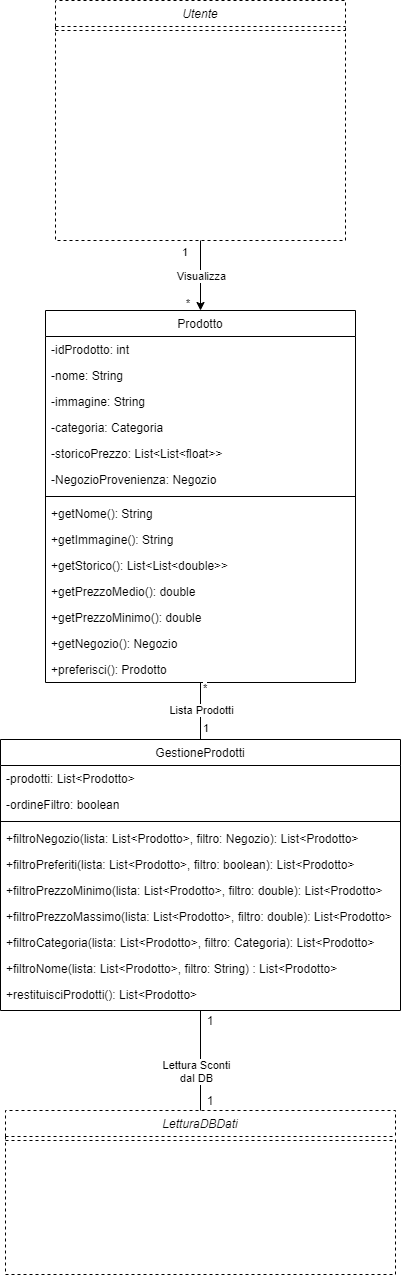
Before: UML/Diagrammi Classi/DiagrammaClassiProdotti.png, a diagram exported from draw.io (G15-UniTN/iSpesa). Source tidied: cells renumbered, new cells last; positions are measured from the earlier drawing's top-left corner, leaving out a move shared by most shapes.
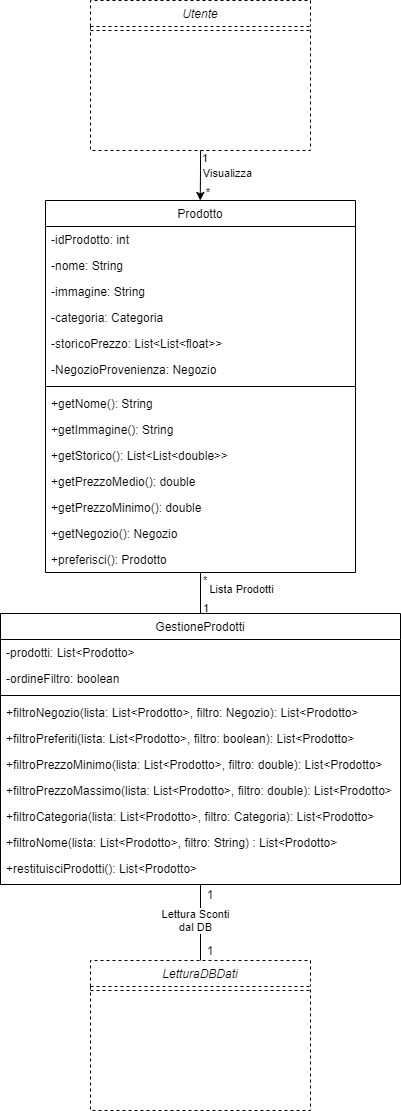
Above is the later version.

What changed in the source:
```diff
@@ -3,26 +3,26 @@
     <mxCell id="0" />
     <mxCell id="1" parent="0" />
     <mxCell id="2" value="Prodotto" style="swimlane;fontStyle=0;align=center;verticalAlign=top;horizontal=1;startSize=26;rounded=0;shadow=0;strokeWidth=1;" parent="1" vertex="1">
-      <mxGeometry x="45" y="310" width="310" height="372" as="geometry" />
+      <mxGeometry x="45" y="350" width="310" height="372" as="geometry" />
     </mxCell>
+    <mxCell id="44" value="-idProdotto: int" style="text;align=left;verticalAlign=top;spacingLeft=4;spacingRight=4;overflow=hidden;" parent="2" vertex="1">
+      <mxGeometry y="26" width="310" height="26" as="geometry" />
+    </mxCell>
-    <mxCell id="3" value="-idProdotto: int" style="text;align=left;verticalAlign=top;spacingLeft=4;spacingRight=4;overflow=hidden;" parent="2" vertex="1">
-      <mxGeometry y="26" width="310" height="26" as="geometry" />
+    <mxCell id="3" value="-nome: String" style="text;align=left;verticalAlign=top;spacingLeft=4;spacingRight=4;overflow=hidden;" parent="2" vertex="1">
+      <mxGeometry y="52" width="310" height="26" as="geometry" />
     </mxCell>
-    <mxCell id="4" value="-nome: String" style="text;align=left;verticalAlign=top;spacingLeft=4;spacingRight=4;overflow=hidden;" parent="2" vertex="1">
-      <mxGeometry y="52" width="310" height="26" as="geometry" />
-    </mxCell>
     <mxCell id="5" value="-immagine: String" style="text;align=left;verticalAlign=top;spacingLeft=4;spacingRight=4;overflow=hidden;" parent="2" vertex="1">
       <mxGeometry y="78" width="310" height="26" as="geometry" />
     </mxCell>
     <mxCell id="6" value="-categoria: Categoria" style="text;align=left;verticalAlign=top;spacingLeft=4;spacingRight=4;overflow=hidden;" parent="2" vertex="1">
       <mxGeometry y="104" width="310" height="26" as="geometry" />
     </mxCell>
+    <mxCell id="45" value="-storicoPrezzo: List&lt;List&lt;float&gt;&gt;" style="text;align=left;verticalAlign=top;spacingLeft=4;spacingRight=4;overflow=hidden;" parent="2" vertex="1">
+      <mxGeometry y="130" width="310" height="26" as="geometry" />
+    </mxCell>
-    <mxCell id="7" value="-storicoPrezzo: List&lt;List&lt;float&gt;&gt;" style="text;align=left;verticalAlign=top;spacingLeft=4;spacingRight=4;overflow=hidden;" parent="2" vertex="1">
-      <mxGeometry y="130" width="310" height="26" as="geometry" />
+    <mxCell id="7" value="-NegozioProvenienza: Negozio" style="text;align=left;verticalAlign=top;spacingLeft=4;spacingRight=4;overflow=hidden;" parent="2" vertex="1">
+      <mxGeometry y="156" width="310" height="26" as="geometry" />
     </mxCell>
-    <mxCell id="8" value="-NegozioProvenienza: Negozio" style="text;align=left;verticalAlign=top;spacingLeft=4;spacingRight=4;overflow=hidden;" parent="2" vertex="1">
-      <mxGeometry y="156" width="310" height="26" as="geometry" />
-    </mxCell>
     <mxCell id="9" style="line;html=1;strokeWidth=1;align=left;verticalAlign=middle;spacingTop=-1;spacingLeft=3;spacingRight=3;labelPosition=right;" parent="2" vertex="1">
       <mxGeometry y="182" width="310" height="8" as="geometry" />
     </mxCell>
@@ -51,7 +51,7 @@
       <mxGeometry relative="1" as="geometry" />
     </mxCell>
     <mxCell id="18" value="GestioneProdotti" style="swimlane;fontStyle=0;align=center;verticalAlign=top;horizontal=1;startSize=26;rounded=0;shadow=0;strokeWidth=1;" parent="1" vertex="1">
-      <mxGeometry y="739" width="400" height="271" as="geometry" />
+      <mxGeometry y="763" width="400" height="271" as="geometry" />
     </mxCell>
     <mxCell id="19" value="-prodotti: List&lt;Prodotto&gt;" style="text;align=left;verticalAlign=top;spacingLeft=4;spacingRight=4;overflow=hidden;" parent="18" vertex="1">
       <mxGeometry y="26" width="400" height="26" as="geometry" />
@@ -83,30 +83,24 @@
     <mxCell id="28" value="+restituisciProdotti(): List&lt;Prodotto&gt;" style="text;align=left;verticalAlign=top;spacingLeft=4;spacingRight=4;overflow=hidden;" parent="18" vertex="1">
       <mxGeometry y="242" width="400" height="26" as="geometry" />
     </mxCell>
-    <mxCell id="29" value="Utente" style="swimlane;fontStyle=2;align=center;verticalAlign=top;horizontal=1;startSize=26;rounded=0;shadow=0;strokeWidth=1;dashed=1;" parent="1" vertex="1">
-      <mxGeometry x="55" width="290" height="240" as="geometry" />
-    </mxCell>
-    <mxCell id="30" style="line;html=1;strokeWidth=1;align=left;verticalAlign=middle;spacingTop=-1;spacingLeft=3;spacingRight=3;labelPosition=right;dashed=1;" parent="29" vertex="1">
-      <mxGeometry y="26" width="290" height="8" as="geometry" />
-    </mxCell>
     <mxCell id="31" value="LetturaDBDati" style="swimlane;fontStyle=2;align=center;verticalAlign=top;horizontal=1;startSize=26;rounded=0;shadow=0;strokeWidth=1;dashed=1;" parent="1" vertex="1">
-      <mxGeometry x="5" y="1110" width="390" height="164" as="geometry" />
+      <mxGeometry x="90" y="1110" width="220" height="150" as="geometry" />
     </mxCell>
     <mxCell id="32" style="line;html=1;strokeWidth=1;align=left;verticalAlign=middle;spacingTop=-1;spacingLeft=3;spacingRight=3;labelPosition=right;dashed=1;" parent="31" vertex="1">
-      <mxGeometry y="26" width="390" height="8" as="geometry" />
+      <mxGeometry y="26" width="220" height="8" as="geometry" />
     </mxCell>
     <mxCell id="33" value="Lista Prodotti" style="edgeLabel;html=1;align=center;verticalAlign=middle;" parent="1" vertex="1">
-      <mxGeometry x="190" y="710" as="geometry">
+      <mxGeometry x="230" y="740" as="geometry">
         <mxPoint x="10" y="-1" as="offset" />
       </mxGeometry>
     </mxCell>
     <mxCell id="34" value="*" style="edgeLabel;html=1;align=left;verticalAlign=bottom;" parent="1" vertex="1">
-      <mxGeometry x="450" y="570" as="geometry">
+      <mxGeometry x="450" y="612" as="geometry">
         <mxPoint x="-249" y="126" as="offset" />
       </mxGeometry>
     </mxCell>
-    <mxCell id="35" value="1" style="edgeLabel;html=1;align=left;verticalAlign=bottom;" parent="1" vertex="1">
-      <mxGeometry x="450" y="610" as="geometry">
+    <mxCell id="35" value="1" style="edgeLabel;html=1;align=left;verticalAlign=bottom;labelBackgroundColor=none;" parent="1" vertex="1">
+      <mxGeometry x="450" y="640" as="geometry">
         <mxPoint x="-249" y="126" as="offset" />
       </mxGeometry>
     </mxCell>
@@ -121,26 +115,37 @@
     <mxCell id="38" value="1" style="text;html=1;strokeColor=none;fillColor=none;align=center;verticalAlign=middle;whiteSpace=wrap;rounded=0;" parent="1" vertex="1">
       <mxGeometry x="190" y="1090" width="40" height="20" as="geometry" />
     </mxCell>
-    <mxCell id="39" style="endArrow=classic;html=1;edgeStyle=orthogonalEdgeStyle;rounded=0;exitX=0.5;exitY=1;exitDx=0;exitDy=0;" parent="1" edge="1" source="29">
+    <mxCell id="39" style="endArrow=classic;html=1;entryX=0.5;entryY=0;entryDx=0;entryDy=0;edgeStyle=orthogonalEdgeStyle;rounded=0;exitX=0.5;exitY=1;exitDx=0;exitDy=0;" parent="1" edge="1" source="29">
       <mxGeometry relative="1" as="geometry">
-        <mxPoint x="200" y="310" as="targetPoint" />
+        <mxPoint x="199.8" y="350" as="targetPoint" />
+        <Array as="points">
+          <mxPoint x="200" y="320" />
+        </Array>
       </mxGeometry>
     </mxCell>
     <mxCell id="40" value="Visualizza" style="edgeLabel;html=1;align=center;verticalAlign=middle;" parent="39" vertex="1">
-      <mxGeometry relative="1" as="geometry" />
+      <mxGeometry relative="1" as="geometry">
+        <mxPoint x="27" y="-2" as="offset" />
+      </mxGeometry>
     </mxCell>
     <mxCell id="41" value="1" style="edgeLabel;html=1;align=left;verticalAlign=bottom;" parent="39" vertex="1">
       <mxGeometry x="-1" relative="1" as="geometry">
-        <mxPoint x="-20" y="20" as="offset" />
+        <mxPoint y="16" as="offset" />
       </mxGeometry>
     </mxCell>
-    <mxCell id="42" value="*" style="edgeLabel;html=1;align=right;verticalAlign=bottom;" parent="39" vertex="1">
+    <mxCell id="42" value="*" style="edgeLabel;html=1;align=right;verticalAlign=bottom;labelBackgroundColor=none;" parent="39" vertex="1">
       <mxGeometry x="1" relative="1" as="geometry">
-        <mxPoint x="-10" as="offset" />
+        <mxPoint x="10" as="offset" />
       </mxGeometry>
     </mxCell>
     <mxCell id="43" value="1" style="text;html=1;strokeColor=none;fillColor=none;align=center;verticalAlign=middle;whiteSpace=wrap;rounded=0;" parent="1" vertex="1">
-      <mxGeometry x="190" y="1010" width="40" height="20" as="geometry" />
+      <mxGeometry x="190" y="1034" width="40" height="20" as="geometry" />
     </mxCell>
+    <mxCell id="29" value="Utente" style="swimlane;fontStyle=2;align=center;verticalAlign=top;horizontal=1;startSize=26;rounded=0;shadow=0;strokeWidth=1;dashed=1;" parent="1" vertex="1">
+      <mxGeometry x="90" y="150" width="220" height="150" as="geometry" />
+    </mxCell>
+    <mxCell id="46" style="line;html=1;strokeWidth=1;align=left;verticalAlign=middle;spacingTop=-1;spacingLeft=3;spacingRight=3;labelPosition=right;dashed=1;" parent="29" vertex="1">
+      <mxGeometry y="26" width="220" height="8" as="geometry" />
+    </mxCell>
   </root>
 </mxGraphModel>
```
